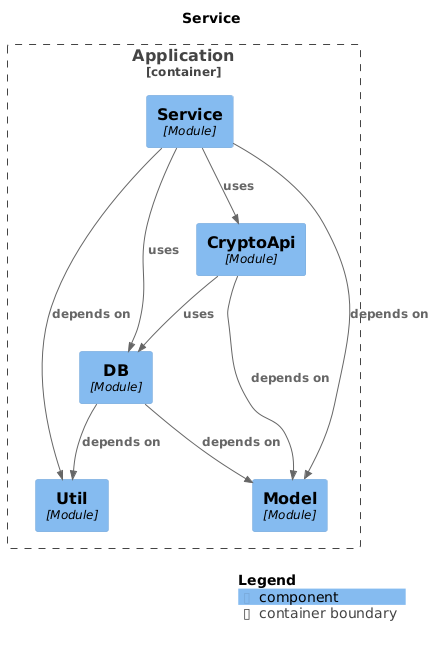
The PlantUML diagram docs/images/diagrams/service_diagram.png in pmlobanov/JavaSpring_CryptoCurrency-Bot, before a commit. The source it was exported from:
```plantuml
@startuml
set separator none
title Service

top to bottom direction

!include <C4/C4>
!include <C4/C4_Context>
!include <C4/C4_Component>

Container_Boundary("Application.Application_boundary", "Application", $tags="") {
  Component(Application.Application.Service, "Service", $techn="Module", $descr="", $tags="", $link="")
  Component(Application.Application.Util, "Util", $techn="Module", $descr="", $tags="", $link="")
  Component(Application.Application.DB, "DB", $techn="Module", $descr="", $tags="", $link="")
  Component(Application.Application.CryptoApi, "CryptoApi", $techn="Module", $descr="", $tags="", $link="")
  Component(Application.Application.Model, "Model", $techn="Module", $descr="", $tags="", $link="")
}

Rel(Application.Application.CryptoApi, Application.Application.Model, "depends on", $techn="", $tags="", $link="")
Rel(Application.Application.CryptoApi, Application.Application.DB, "uses", $techn="", $tags="", $link="")
Rel(Application.Application.Service, Application.Application.Model, "depends on", $techn="", $tags="", $link="")
Rel(Application.Application.Service, Application.Application.Util, "depends on", $techn="", $tags="", $link="")
Rel(Application.Application.Service, Application.Application.DB, "uses", $techn="", $tags="", $link="")
Rel(Application.Application.Service, Application.Application.CryptoApi, "uses", $techn="", $tags="", $link="")
Rel(Application.Application.DB, Application.Application.Model, "depends on", $techn="", $tags="", $link="")
Rel(Application.Application.DB, Application.Application.Util, "depends on", $techn="", $tags="", $link="")

SHOW_LEGEND(true)
@enduml
```
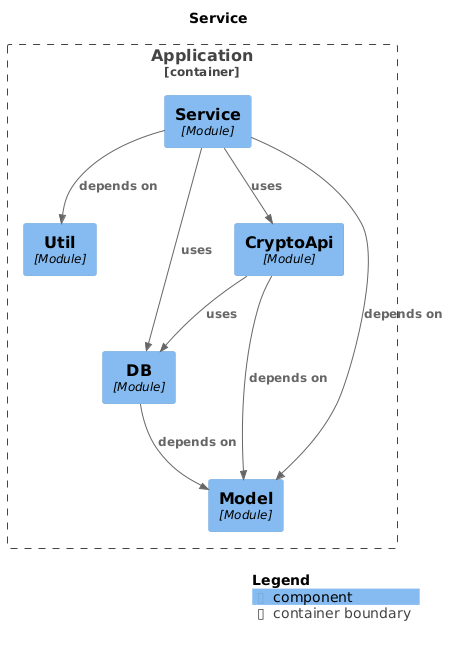
The same file after the commit.

The edit, as a diff of the source:
```diff
@@ -9,21 +9,20 @@
 !include <C4/C4_Component>
 
 Container_Boundary("Application.Application_boundary", "Application", $tags="") {
-  Component(Application.Application.Service, "Service", $techn="Module", $descr="", $tags="", $link="")
   Component(Application.Application.Util, "Util", $techn="Module", $descr="", $tags="", $link="")
   Component(Application.Application.DB, "DB", $techn="Module", $descr="", $tags="", $link="")
   Component(Application.Application.CryptoApi, "CryptoApi", $techn="Module", $descr="", $tags="", $link="")
   Component(Application.Application.Model, "Model", $techn="Module", $descr="", $tags="", $link="")
+  Component(Application.Application.Service, "Service", $techn="Module", $descr="", $tags="", $link="")
 }
 
+Rel(Application.Application.DB, Application.Application.Model, "depends on", $techn="", $tags="", $link="")
+Rel(Application.Application.Service, Application.Application.Model, "depends on", $techn="", $tags="", $link="")
+Rel(Application.Application.Service, Application.Application.Util, "depends on", $techn="", $tags="", $link="")
+Rel(Application.Application.Service, Application.Application.CryptoApi, "uses", $techn="", $tags="", $link="")
+Rel(Application.Application.Service, Application.Application.DB, "uses", $techn="", $tags="", $link="")
 Rel(Application.Application.CryptoApi, Application.Application.Model, "depends on", $techn="", $tags="", $link="")
 Rel(Application.Application.CryptoApi, Application.Application.DB, "uses", $techn="", $tags="", $link="")
-Rel(Application.Application.Service, Application.Application.Model, "depends on", $techn="", $tags="", $link="")
-Rel(Application.Application.Service, Application.Application.Util, "depends on", $techn="", $tags="", $link="")
-Rel(Application.Application.Service, Application.Application.DB, "uses", $techn="", $tags="", $link="")
-Rel(Application.Application.Service, Application.Application.CryptoApi, "uses", $techn="", $tags="", $link="")
-Rel(Application.Application.DB, Application.Application.Model, "depends on", $techn="", $tags="", $link="")
-Rel(Application.Application.DB, Application.Application.Util, "depends on", $techn="", $tags="", $link="")
 
 SHOW_LEGEND(true)
 @enduml
```
